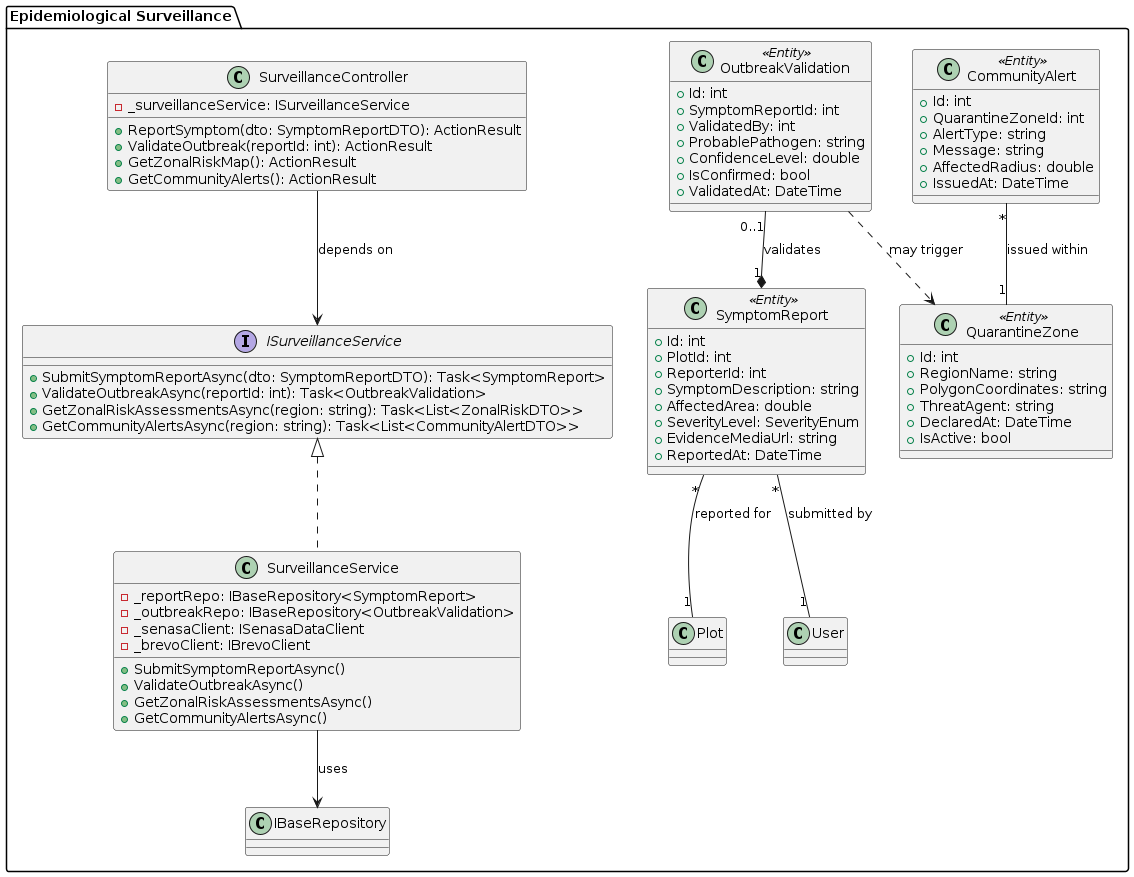
This is report/assets/class-diagrams/epidemiological-surveillance-component-diagram.png from upc-pre-1asi0729-11848-arcadiadevs/viora-report, a PlantUML export, as it was before one commit.
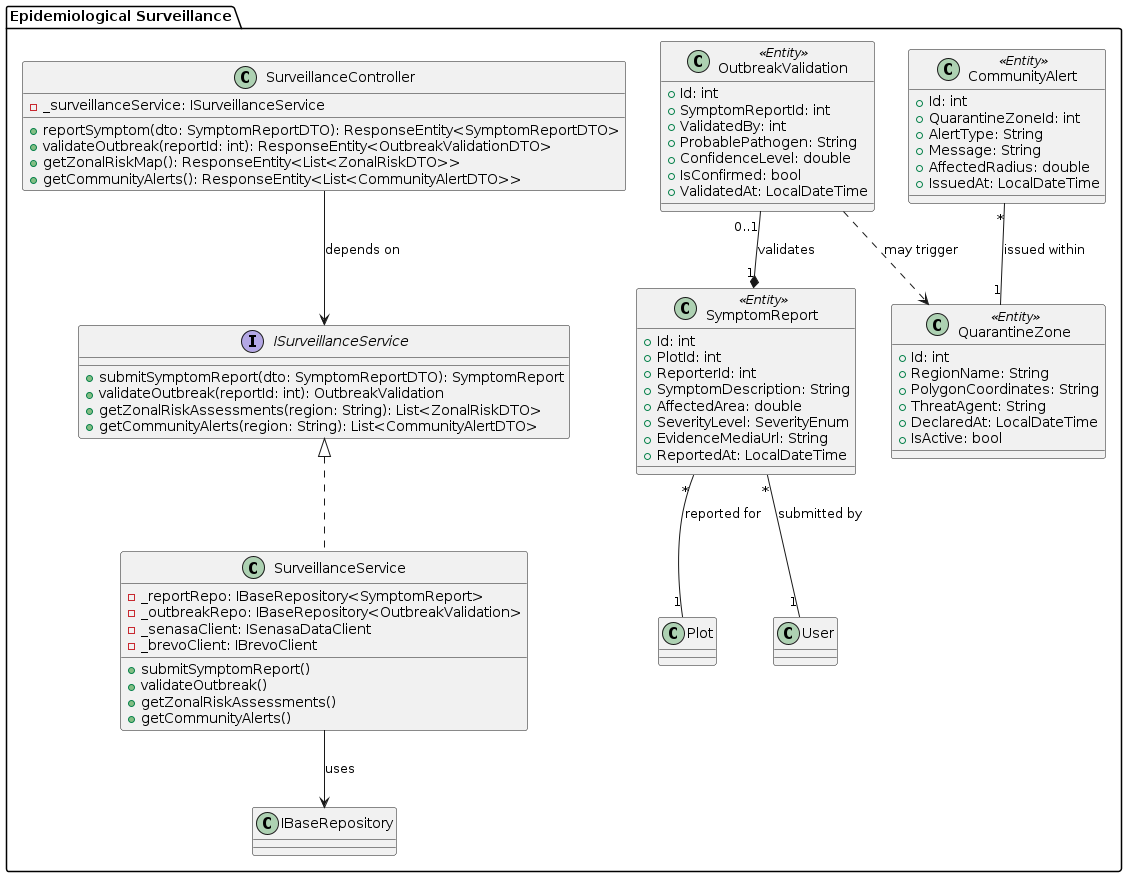
Above is the later version.

The edit, as a diff of the source:
```diff
@@ -2,17 +2,17 @@
 package "Epidemiological Surveillance" {
     class SurveillanceController {
         - _surveillanceService: ISurveillanceService
-        + ReportSymptom(dto: SymptomReportDTO): ActionResult
-        + ValidateOutbreak(reportId: int): ActionResult
-        + GetZonalRiskMap(): ActionResult
-        + GetCommunityAlerts(): ActionResult
+        + reportSymptom(dto: SymptomReportDTO): ResponseEntity<SymptomReportDTO>
+        + validateOutbreak(reportId: int): ResponseEntity<OutbreakValidationDTO>
+        + getZonalRiskMap(): ResponseEntity<List<ZonalRiskDTO>>
+        + getCommunityAlerts(): ResponseEntity<List<CommunityAlertDTO>>
     }
 
     interface ISurveillanceService {
-        + SubmitSymptomReportAsync(dto: SymptomReportDTO): Task<SymptomReport>
-        + ValidateOutbreakAsync(reportId: int): Task<OutbreakValidation>
-        + GetZonalRiskAssessmentsAsync(region: string): Task<List<ZonalRiskDTO>>
-        + GetCommunityAlertsAsync(region: string): Task<List<CommunityAlertDTO>>
+        + submitSymptomReport(dto: SymptomReportDTO): SymptomReport
+        + validateOutbreak(reportId: int): OutbreakValidation
+        + getZonalRiskAssessments(region: String): List<ZonalRiskDTO>
+        + getCommunityAlerts(region: String): List<CommunityAlertDTO>
     }
 
     class SurveillanceService {
@@ -20,49 +20,49 @@
         - _outbreakRepo: IBaseRepository<OutbreakValidation>
         - _senasaClient: ISenasaDataClient
         - _brevoClient: IBrevoClient
-        + SubmitSymptomReportAsync()
-        + ValidateOutbreakAsync()
-        + GetZonalRiskAssessmentsAsync()
-        + GetCommunityAlertsAsync()
+        + submitSymptomReport()
+        + validateOutbreak()
+        + getZonalRiskAssessments()
+        + getCommunityAlerts()
     }
 
     class SymptomReport <<Entity>> {
         + Id: int
         + PlotId: int
         + ReporterId: int
-        + SymptomDescription: string
+        + SymptomDescription: String
         + AffectedArea: double
         + SeverityLevel: SeverityEnum
-        + EvidenceMediaUrl: string
-        + ReportedAt: DateTime
+        + EvidenceMediaUrl: String
+        + ReportedAt: LocalDateTime
     }
 
     class OutbreakValidation <<Entity>> {
         + Id: int
         + SymptomReportId: int
         + ValidatedBy: int
-        + ProbablePathogen: string
+        + ProbablePathogen: String
         + ConfidenceLevel: double
         + IsConfirmed: bool
-        + ValidatedAt: DateTime
+        + ValidatedAt: LocalDateTime
     }
 
     class QuarantineZone <<Entity>> {
         + Id: int
-        + RegionName: string
-        + PolygonCoordinates: string
-        + ThreatAgent: string
-        + DeclaredAt: DateTime
+        + RegionName: String
+        + PolygonCoordinates: String
+        + ThreatAgent: String
+        + DeclaredAt: LocalDateTime
         + IsActive: bool
     }
 
     class CommunityAlert <<Entity>> {
         + Id: int
         + QuarantineZoneId: int
-        + AlertType: string
-        + Message: string
+        + AlertType: String
+        + Message: String
         + AffectedRadius: double
-        + IssuedAt: DateTime
+        + IssuedAt: LocalDateTime
     }
 
     ISurveillanceService <|.. SurveillanceService
```
